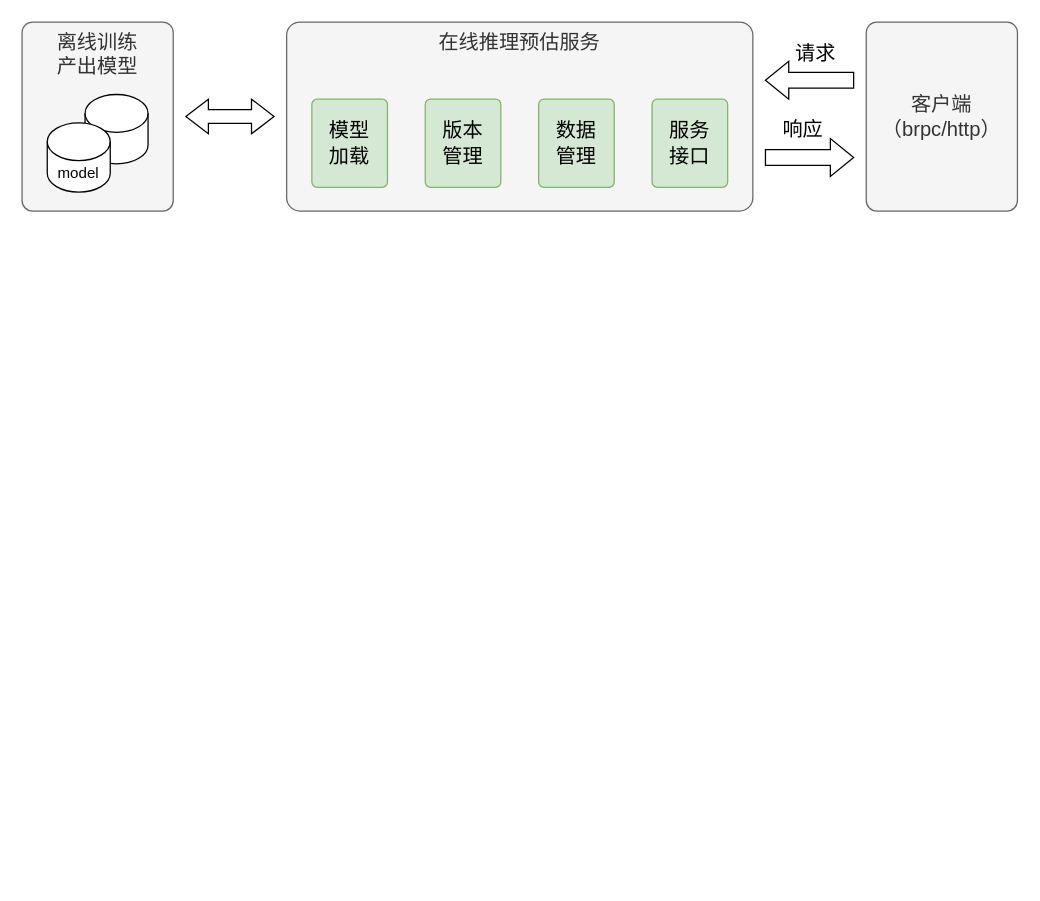
This is page "第 4 页" (4 of 4) of 推荐系统整体架构.drawio from yantao006/draw_io, a draw.io file, before an edit. Source tidied: cells renumbered, new cells numbered last; positions are measured from the earlier drawing's top-left corner, leaving out a move shared by most shapes. Both pictures are drawn from the tidied source at 126%, with x=0, y=0 at pixel (21, 21).
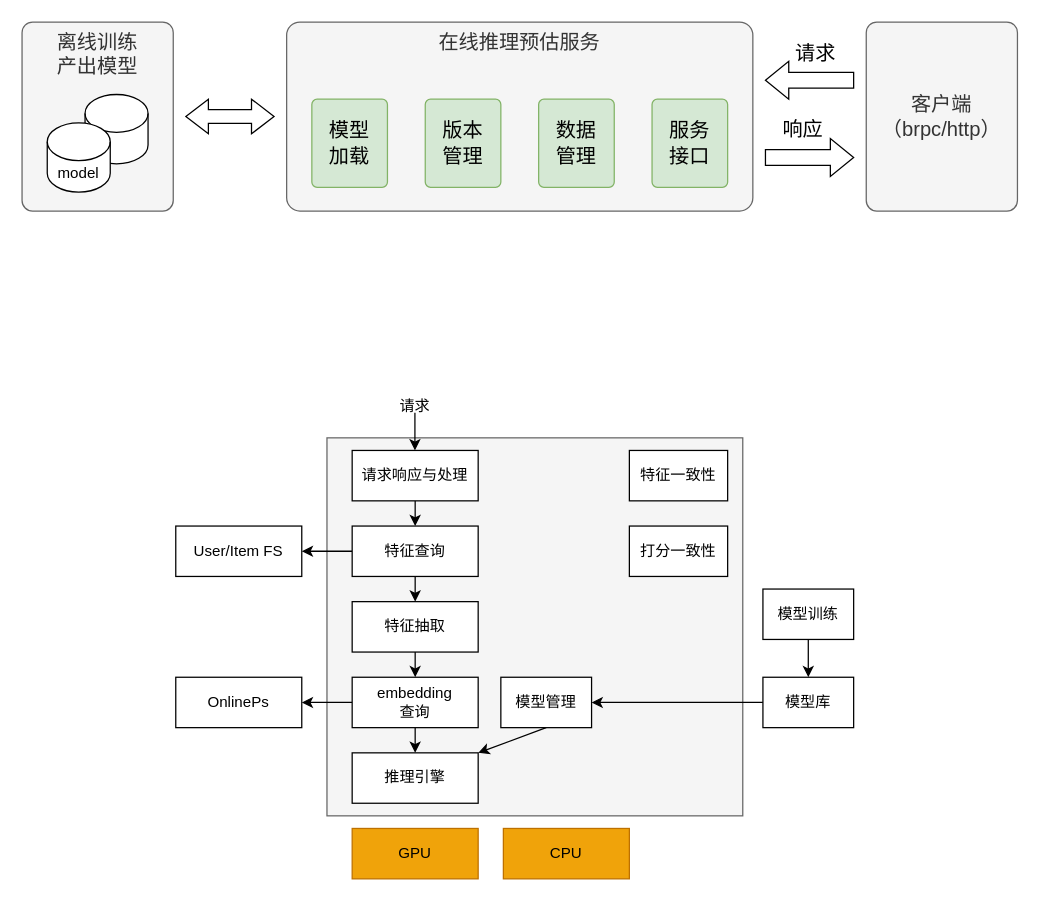
The same diagram, later.

Commit message:
更新推荐系统整体架构.drawio

The edit, as a diff of the source:
```diff
@@
+    <mxCell id="16" style="rounded=0;whiteSpace=wrap;html=1;fillColor=#f5f5f5;fontColor=#333333;strokeColor=#666666;" parent="1" vertex="1">
+      <mxGeometry x="242" y="330" width="330" height="300" as="geometry" />
+    </mxCell>
@@
+    <mxCell id="17" style="edgeStyle=orthogonalEdgeStyle;rounded=0;jettySize=auto;html=1;exitX=0.5;exitY=1;exitDx=0;exitDy=0;entryX=0.5;entryY=0;entryDx=0;entryDy=0;" parent="1" edge="1" source="18" target="21">
+      <mxGeometry relative="1" as="geometry" />
+    </mxCell>
+    <mxCell id="18" value="请求响应与处理" style="rounded=0;whiteSpace=wrap;html=1;" parent="1" vertex="1">
+      <mxGeometry x="262" y="340" width="100" height="40" as="geometry" />
+    </mxCell>
+    <mxCell id="19" style="edgeStyle=orthogonalEdgeStyle;rounded=0;jettySize=auto;html=1;exitX=0.5;exitY=1;exitDx=0;exitDy=0;entryX=0.5;entryY=0;entryDx=0;entryDy=0;" parent="1" edge="1" source="21" target="23">
+      <mxGeometry relative="1" as="geometry" />
+    </mxCell>
+    <mxCell id="20" style="edgeStyle=none;rounded=0;jettySize=auto;html=1;exitX=0;exitY=0.5;exitDx=0;exitDy=0;entryX=1;entryY=0.5;entryDx=0;entryDy=0;" parent="1" edge="1" source="21" target="40">
+      <mxGeometry relative="1" as="geometry" />
+    </mxCell>
+    <mxCell id="21" value="特征查询" style="rounded=0;whiteSpace=wrap;html=1;" parent="1" vertex="1">
+      <mxGeometry x="262" y="400" width="100" height="40" as="geometry" />
+    </mxCell>
+    <mxCell id="22" style="edgeStyle=orthogonalEdgeStyle;rounded=0;jettySize=auto;html=1;exitX=0.5;exitY=1;exitDx=0;exitDy=0;entryX=0.5;entryY=0;entryDx=0;entryDy=0;" parent="1" edge="1" source="23" target="26">
+      <mxGeometry relative="1" as="geometry" />
+    </mxCell>
+    <mxCell id="23" value="特征抽取" style="rounded=0;whiteSpace=wrap;html=1;" parent="1" vertex="1">
+      <mxGeometry x="262" y="460" width="100" height="40" as="geometry" />
+    </mxCell>
+    <mxCell id="24" style="edgeStyle=orthogonalEdgeStyle;rounded=0;jettySize=auto;html=1;exitX=0.5;exitY=1;exitDx=0;exitDy=0;entryX=0.5;entryY=0;entryDx=0;entryDy=0;" parent="1" edge="1" source="26" target="27">
+      <mxGeometry relative="1" as="geometry" />
+    </mxCell>
+    <mxCell id="25" style="edgeStyle=none;rounded=0;jettySize=auto;html=1;exitX=0;exitY=0.5;exitDx=0;exitDy=0;entryX=1;entryY=0.5;entryDx=0;entryDy=0;" parent="1" edge="1" source="26" target="41">
+      <mxGeometry relative="1" as="geometry" />
+    </mxCell>
+    <mxCell id="26" value="embedding&lt;br&gt;查询" style="rounded=0;whiteSpace=wrap;html=1;" parent="1" vertex="1">
+      <mxGeometry x="262" y="520" width="100" height="40" as="geometry" />
+    </mxCell>
+    <mxCell id="27" value="推理引擎" style="rounded=0;whiteSpace=wrap;html=1;" parent="1" vertex="1">
+      <mxGeometry x="262" y="580" width="100" height="40" as="geometry" />
+    </mxCell>
+    <mxCell id="28" style="rounded=0;jettySize=auto;html=1;exitX=0.5;exitY=1;exitDx=0;exitDy=0;entryX=1;entryY=0;entryDx=0;entryDy=0;" parent="1" edge="1" source="29" target="27">
+      <mxGeometry relative="1" as="geometry" />
+    </mxCell>
+    <mxCell id="29" value="模型管理" style="rounded=0;whiteSpace=wrap;html=1;" parent="1" vertex="1">
+      <mxGeometry x="380" y="520" width="72" height="40" as="geometry" />
+    </mxCell>
+    <mxCell id="30" style="edgeStyle=none;rounded=0;jettySize=auto;html=1;exitX=0.5;exitY=1;exitDx=0;exitDy=0;entryX=0.5;entryY=0;entryDx=0;entryDy=0;" parent="1" edge="1" source="31" target="33">
+      <mxGeometry relative="1" as="geometry" />
+    </mxCell>
+    <mxCell id="31" value="模型训练" style="rounded=0;whiteSpace=wrap;html=1;" parent="1" vertex="1">
+      <mxGeometry x="588" y="450" width="72" height="40" as="geometry" />
+    </mxCell>
+    <mxCell id="32" style="edgeStyle=none;rounded=0;jettySize=auto;html=1;exitX=0;exitY=0.5;exitDx=0;exitDy=0;entryX=1;entryY=0.5;entryDx=0;entryDy=0;" parent="1" edge="1" source="33" target="29">
+      <mxGeometry relative="1" as="geometry" />
+    </mxCell>
+    <mxCell id="33" value="模型库" style="rounded=0;whiteSpace=wrap;html=1;" parent="1" vertex="1">
+      <mxGeometry x="588" y="520" width="72" height="40" as="geometry" />
+    </mxCell>
+    <mxCell id="34" value="GPU" style="rounded=0;whiteSpace=wrap;html=1;fillColor=#f0a30a;fontColor=#000000;strokeColor=#BD7000;" parent="1" vertex="1">
+      <mxGeometry x="262" y="640" width="100" height="40" as="geometry" />
+    </mxCell>
+    <mxCell id="35" value="CPU" style="rounded=0;whiteSpace=wrap;html=1;fillColor=#f0a30a;fontColor=#000000;strokeColor=#BD7000;" parent="1" vertex="1">
+      <mxGeometry x="382" y="640" width="100" height="40" as="geometry" />
+    </mxCell>
+    <mxCell id="36" style="endArrow=classic;html=1;rounded=0;" parent="1" edge="1">
+      <mxGeometry relative="1" as="geometry">
+        <mxPoint x="311.8" y="310" as="sourcePoint" />
+        <mxPoint x="311.8" y="340" as="targetPoint" />
+      </mxGeometry>
+    </mxCell>
+    <mxCell id="37" value="请求" style="text;html=1;strokeColor=none;fillColor=none;align=center;verticalAlign=middle;whiteSpace=wrap;rounded=0;" parent="1" vertex="1">
+      <mxGeometry x="282" y="290" width="60" height="30" as="geometry" />
+    </mxCell>
+    <mxCell id="38" value="特征一致性" style="rounded=0;whiteSpace=wrap;html=1;" parent="1" vertex="1">
+      <mxGeometry x="482" y="340" width="78" height="40" as="geometry" />
+    </mxCell>
+    <mxCell id="39" value="打分一致性" style="rounded=0;whiteSpace=wrap;html=1;" parent="1" vertex="1">
+      <mxGeometry x="482" y="400" width="78" height="40" as="geometry" />
+    </mxCell>
+    <mxCell id="40" value="User/Item FS" style="rounded=0;whiteSpace=wrap;html=1;" parent="1" vertex="1">
+      <mxGeometry x="122" y="400" width="100" height="40" as="geometry" />
+    </mxCell>
+    <mxCell id="41" value="OnlinePs" style="rounded=0;whiteSpace=wrap;html=1;" parent="1" vertex="1">
+      <mxGeometry x="122" y="520" width="100" height="40" as="geometry" />
+    </mxCell>
```
